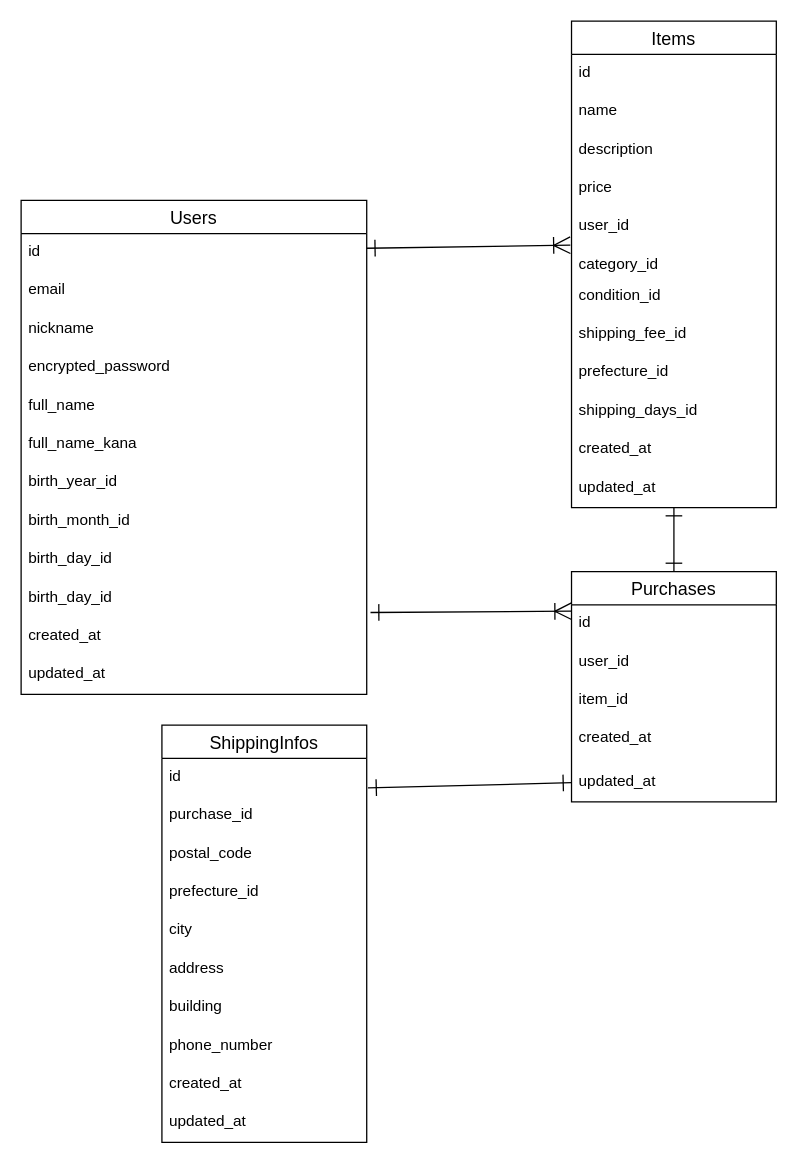
Before: test.dio in corgi-rika/furima-40520, a draw.io diagram. Source tidied: cells renumbered, new cells numbered last; positions are measured from the earlier drawing's top-left corner, leaving out a move shared by most shapes. Both pictures are drawn from the tidied source at 128%, with x=0, y=0 at pixel (20, 20).
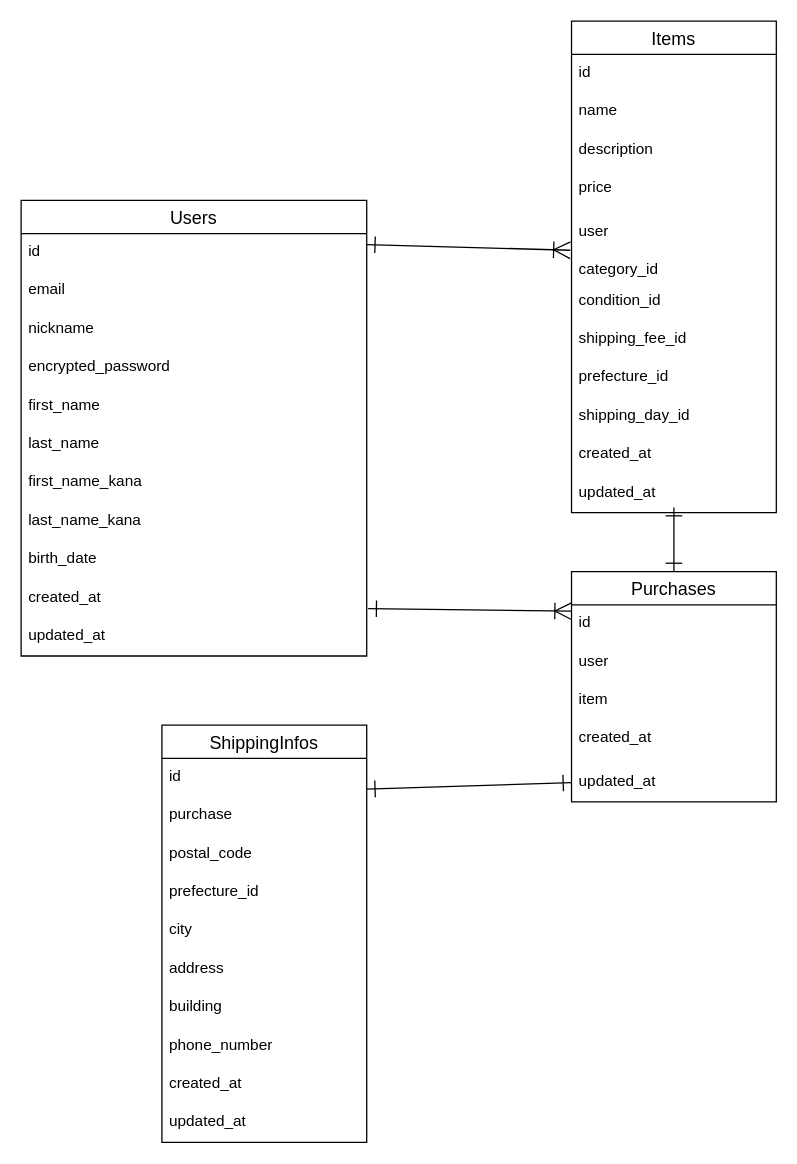
Above is the later version.

Commit message (it also covers changes not shown here):
データベース設計修正2

Unchanged cells that the change refers to:
```xml
<mxCell id="29" value="Purchases" style="swimlane;fontStyle=0;horizontal=1;startSize=26;align=center;fontSize=14;" parent="1" vertex="1">
  <mxGeometry x="430" y="430" width="160" height="180" as="geometry" />
</mxCell>
<mxCell id="30" value="id" style="text;strokeColor=none;fillColor=none;spacingLeft=4;spacingRight=4;overflow=hidden;points=[[0,0.5],[1,0.5]];portConstraint=eastwest;fontSize=12;" parent="29" vertex="1">
  <mxGeometry y="26" width="160" height="30" as="geometry" />
</mxCell>
<mxCell id="34" value="updated_at" style="text;strokeColor=none;fillColor=none;spacingLeft=4;spacingRight=4;overflow=hidden;points=[[0,0.5],[1,0.5]];portConstraint=eastwest;fontSize=12;" parent="29" vertex="1">
  <mxGeometry y="150" width="160" height="30" as="geometry" />
</mxCell>
<mxCell id="35" value="ShippingInfos" style="swimlane;fontStyle=0;horizontal=1;startSize=26;align=center;fontSize=14;" parent="1" vertex="1">
  <mxGeometry x="110" y="550" width="160" height="326" as="geometry" />
</mxCell>
<mxCell id="36" value="id" style="text;strokeColor=none;fillColor=none;spacingLeft=4;spacingRight=4;overflow=hidden;points=[[0,0.5],[1,0.5]];portConstraint=eastwest;fontSize=12;" parent="35" vertex="1">
  <mxGeometry y="26" width="160" height="30" as="geometry" />
</mxCell>
```

Change to the diagram source:
```diff
@@
     <mxCell id="2" value="Users" style="swimlane;fontStyle=0;horizontal=1;startSize=26;align=center;fontSize=14;" parent="1" vertex="1">
-      <mxGeometry y="140" width="270" height="386" as="geometry" />
+      <mxGeometry y="140" width="270" height="356" as="geometry" />
     </mxCell>
@@
-    <mxCell id="7" value="full_name" style="text;strokeColor=none;fillColor=none;spacingLeft=4;spacingRight=4;overflow=hidden;fontSize=12;" parent="2" vertex="1">
+    <mxCell id="7" value="first_name" style="text;strokeColor=none;fillColor=none;spacingLeft=4;spacingRight=4;overflow=hidden;fontSize=12;" parent="2" vertex="1">
       <mxGeometry y="146" width="270" height="30" as="geometry" />
     </mxCell>
-    <mxCell id="8" value="full_name_kana" style="text;strokeColor=none;fillColor=none;spacingLeft=4;spacingRight=4;overflow=hidden;fontSize=12;" parent="2" vertex="1">
+    <mxCell id="8" value="last_name" style="text;strokeColor=none;fillColor=none;spacingLeft=4;spacingRight=4;overflow=hidden;fontSize=12;" parent="2" vertex="1">
       <mxGeometry y="176" width="270" height="30" as="geometry" />
     </mxCell>
-    <mxCell id="9" value="birth_year_id" style="text;strokeColor=none;fillColor=none;spacingLeft=4;spacingRight=4;overflow=hidden;fontSize=12;" parent="2" vertex="1">
+    <mxCell id="9" value="first_name_kana" style="text;strokeColor=none;fillColor=none;spacingLeft=4;spacingRight=4;overflow=hidden;fontSize=12;" parent="2" vertex="1">
       <mxGeometry y="206" width="270" height="30" as="geometry" />
     </mxCell>
-    <mxCell id="10" value="birth_month_id" style="text;strokeColor=none;fillColor=none;spacingLeft=4;spacingRight=4;overflow=hidden;fontSize=12;" parent="2" vertex="1">
+    <mxCell id="10" value="last_name_kana" style="text;strokeColor=none;fillColor=none;spacingLeft=4;spacingRight=4;overflow=hidden;fontSize=12;" parent="2" vertex="1">
       <mxGeometry y="236" width="270" height="30" as="geometry" />
     </mxCell>
-    <mxCell id="11" value="birth_day_id" style="text;strokeColor=none;fillColor=none;spacingLeft=4;spacingRight=4;overflow=hidden;fontSize=12;" parent="2" vertex="1">
+    <mxCell id="11" value="birth_date" style="text;strokeColor=none;fillColor=none;spacingLeft=4;spacingRight=4;overflow=hidden;fontSize=12;" parent="2" vertex="1">
       <mxGeometry y="266" width="270" height="30" as="geometry" />
     </mxCell>
-    <mxCell id="12" value="birth_day_id" style="text;strokeColor=none;fillColor=none;spacingLeft=4;spacingRight=4;overflow=hidden;fontSize=12;" parent="2" vertex="1">
-      <mxGeometry y="296" width="270" height="30" as="geometry" />
-    </mxCell>
     <mxCell id="13" value="created_at" style="text;strokeColor=none;fillColor=none;spacingLeft=4;spacingRight=4;overflow=hidden;points=[[0,0.5],[1,0.5]];portConstraint=eastwest;fontSize=12;" parent="2" vertex="1">
-      <mxGeometry y="326" width="270" height="30" as="geometry" />
+      <mxGeometry y="296" width="270" height="30" as="geometry" />
     </mxCell>
     <mxCell id="14" value="updated_at" style="text;strokeColor=none;fillColor=none;spacingLeft=4;spacingRight=4;overflow=hidden;fontSize=12;" parent="2" vertex="1">
-      <mxGeometry y="356" width="270" height="30" as="geometry" />
+      <mxGeometry y="326" width="270" height="30" as="geometry" />
     </mxCell>
     <mxCell id="15" value="Items" style="swimlane;fontStyle=0;horizontal=1;startSize=26;align=center;fontSize=14;" parent="1" vertex="1">
-      <mxGeometry x="430" width="160" height="380" as="geometry" />
+      <mxGeometry x="430" width="160" height="384" as="geometry" />
     </mxCell>
@@
     <mxCell id="19" value="price" style="text;strokeColor=none;fillColor=none;spacingLeft=4;spacingRight=4;overflow=hidden;fontSize=12;" parent="15" vertex="1">
-      <mxGeometry y="116" width="160" height="30" as="geometry" />
+      <mxGeometry y="116" width="160" height="34" as="geometry" />
     </mxCell>
-    <mxCell id="20" value="user_id" style="text;strokeColor=none;fillColor=none;spacingLeft=4;spacingRight=4;overflow=hidden;points=[[0,0.5],[1,0.5]];portConstraint=eastwest;fontSize=12;" parent="15" vertex="1">
-      <mxGeometry y="146" width="160" height="30" as="geometry" />
+    <mxCell id="20" value="user" style="text;strokeColor=none;fillColor=none;spacingLeft=4;spacingRight=4;overflow=hidden;points=[[0,0.5],[1,0.5]];portConstraint=eastwest;fontSize=12;" parent="15" vertex="1">
+      <mxGeometry y="150" width="160" height="30" as="geometry" />
     </mxCell>
     <mxCell id="21" value="category_id" style="text;strokeColor=none;fillColor=none;spacingLeft=4;spacingRight=4;overflow=hidden;fontSize=12;" parent="15" vertex="1">
-      <mxGeometry y="176" width="160" height="24" as="geometry" />
+      <mxGeometry y="180" width="160" height="24" as="geometry" />
     </mxCell>
     <mxCell id="22" value="condition_id" style="text;strokeColor=none;fillColor=none;spacingLeft=4;spacingRight=4;overflow=hidden;fontSize=12;" parent="15" vertex="1">
-      <mxGeometry y="200" width="160" height="30" as="geometry" />
+      <mxGeometry y="204" width="160" height="30" as="geometry" />
     </mxCell>
     <mxCell id="23" value="shipping_fee_id" style="text;strokeColor=none;fillColor=none;spacingLeft=4;spacingRight=4;overflow=hidden;fontSize=12;" parent="15" vertex="1">
-      <mxGeometry y="230" width="160" height="30" as="geometry" />
+      <mxGeometry y="234" width="160" height="30" as="geometry" />
     </mxCell>
     <mxCell id="24" value="prefecture_id" style="text;strokeColor=none;fillColor=none;spacingLeft=4;spacingRight=4;overflow=hidden;fontSize=12;" parent="15" vertex="1">
-      <mxGeometry y="260" width="160" height="30" as="geometry" />
+      <mxGeometry y="264" width="160" height="30" as="geometry" />
     </mxCell>
-    <mxCell id="25" value="shipping_days_id" style="text;strokeColor=none;fillColor=none;spacingLeft=4;spacingRight=4;overflow=hidden;fontSize=12;" parent="15" vertex="1">
-      <mxGeometry y="290" width="160" height="30" as="geometry" />
+    <mxCell id="25" value="shipping_day_id" style="text;strokeColor=none;fillColor=none;spacingLeft=4;spacingRight=4;overflow=hidden;fontSize=12;" parent="15" vertex="1">
+      <mxGeometry y="294" width="160" height="30" as="geometry" />
     </mxCell>
     <mxCell id="26" value="created_at" style="text;strokeColor=none;fillColor=none;spacingLeft=4;spacingRight=4;overflow=hidden;fontSize=12;" parent="15" vertex="1">
-      <mxGeometry y="320" width="160" height="30" as="geometry" />
+      <mxGeometry y="324" width="160" height="30" as="geometry" />
     </mxCell>
     <mxCell id="27" value="updated_at" style="text;strokeColor=none;fillColor=none;spacingLeft=4;spacingRight=4;overflow=hidden;fontSize=12;" parent="15" vertex="1">
-      <mxGeometry y="350" width="160" height="30" as="geometry" />
+      <mxGeometry y="354" width="160" height="30" as="geometry" />
     </mxCell>
@@
-    <mxCell id="31" value="user_id" style="text;strokeColor=none;fillColor=none;spacingLeft=4;spacingRight=4;overflow=hidden;fontSize=12;" parent="29" vertex="1">
+    <mxCell id="31" value="user" style="text;strokeColor=none;fillColor=none;spacingLeft=4;spacingRight=4;overflow=hidden;fontSize=12;" parent="29" vertex="1">
       <mxGeometry y="56" width="160" height="30" as="geometry" />
     </mxCell>
-    <mxCell id="32" value="item_id" style="text;strokeColor=none;fillColor=none;spacingLeft=4;spacingRight=4;overflow=hidden;fontSize=12;" parent="29" vertex="1">
+    <mxCell id="32" value="item" style="text;strokeColor=none;fillColor=none;spacingLeft=4;spacingRight=4;overflow=hidden;fontSize=12;" parent="29" vertex="1">
       <mxGeometry y="86" width="160" height="30" as="geometry" />
     </mxCell>
@@
-    <mxCell id="37" value="purchase_id" style="text;strokeColor=none;fillColor=none;spacingLeft=4;spacingRight=4;overflow=hidden;fontSize=12;" parent="35" vertex="1">
+    <mxCell id="37" value="purchase" style="text;strokeColor=none;fillColor=none;spacingLeft=4;spacingRight=4;overflow=hidden;fontSize=12;" parent="35" vertex="1">
       <mxGeometry y="56" width="160" height="30" as="geometry" />
     </mxCell>
@@
-    <mxCell id="47" style="edgeStyle=none;html=1;entryX=0;entryY=0.167;entryDx=0;entryDy=0;entryPerimeter=0;startArrow=ERone;startFill=0;endArrow=ERoneToMany;endFill=0;startSize=11;endSize=11;exitX=1.011;exitY=-0.133;exitDx=0;exitDy=0;exitPerimeter=0;" parent="1" edge="1" source="13" target="30">
+    <mxCell id="47" style="edgeStyle=none;html=1;entryX=0;entryY=0.167;entryDx=0;entryDy=0;entryPerimeter=0;startArrow=ERone;startFill=0;endArrow=ERoneToMany;endFill=0;startSize=11;endSize=11;exitX=1.004;exitY=0.767;exitDx=0;exitDy=0;exitPerimeter=0;" parent="1" edge="1" source="13" target="30">
       <mxGeometry relative="1" as="geometry" />
     </mxCell>
-    <mxCell id="48" style="edgeStyle=none;html=1;exitX=0;exitY=0.5;exitDx=0;exitDy=0;entryX=1.006;entryY=0.767;entryDx=0;entryDy=0;entryPerimeter=0;startArrow=ERone;startFill=0;endArrow=ERone;endFill=0;startSize=11;endSize=11;" parent="1" edge="1" source="34" target="36">
+    <mxCell id="48" style="edgeStyle=none;html=1;exitX=0;exitY=0.5;exitDx=0;exitDy=0;startArrow=ERone;startFill=0;endArrow=ERone;endFill=0;startSize=11;endSize=11;entryX=1;entryY=0.8;entryDx=0;entryDy=0;entryPerimeter=0;" parent="1" edge="1" source="34" target="36">
       <mxGeometry relative="1" as="geometry" />
     </mxCell>
```
